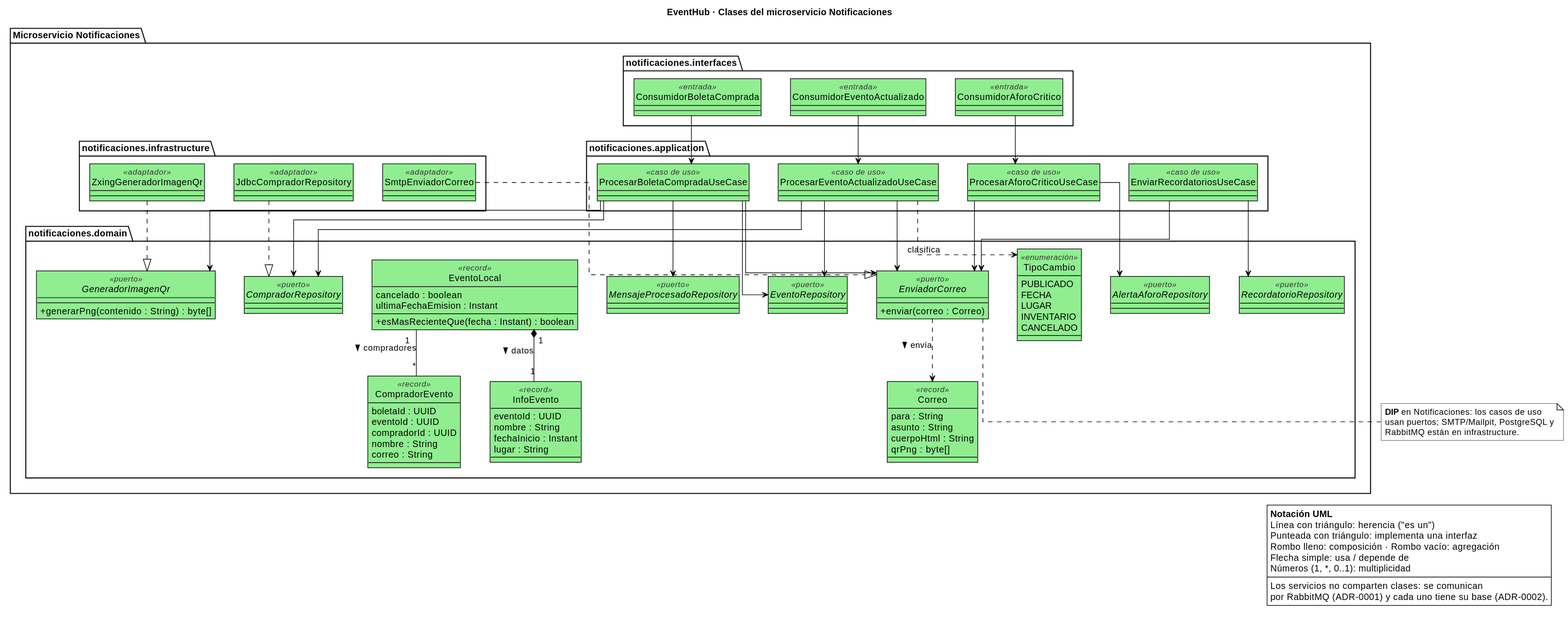
Before: docs/diagramas/clases-notificaciones.svg, a diagram exported from PlantUML (vargasesc17/EventHub).
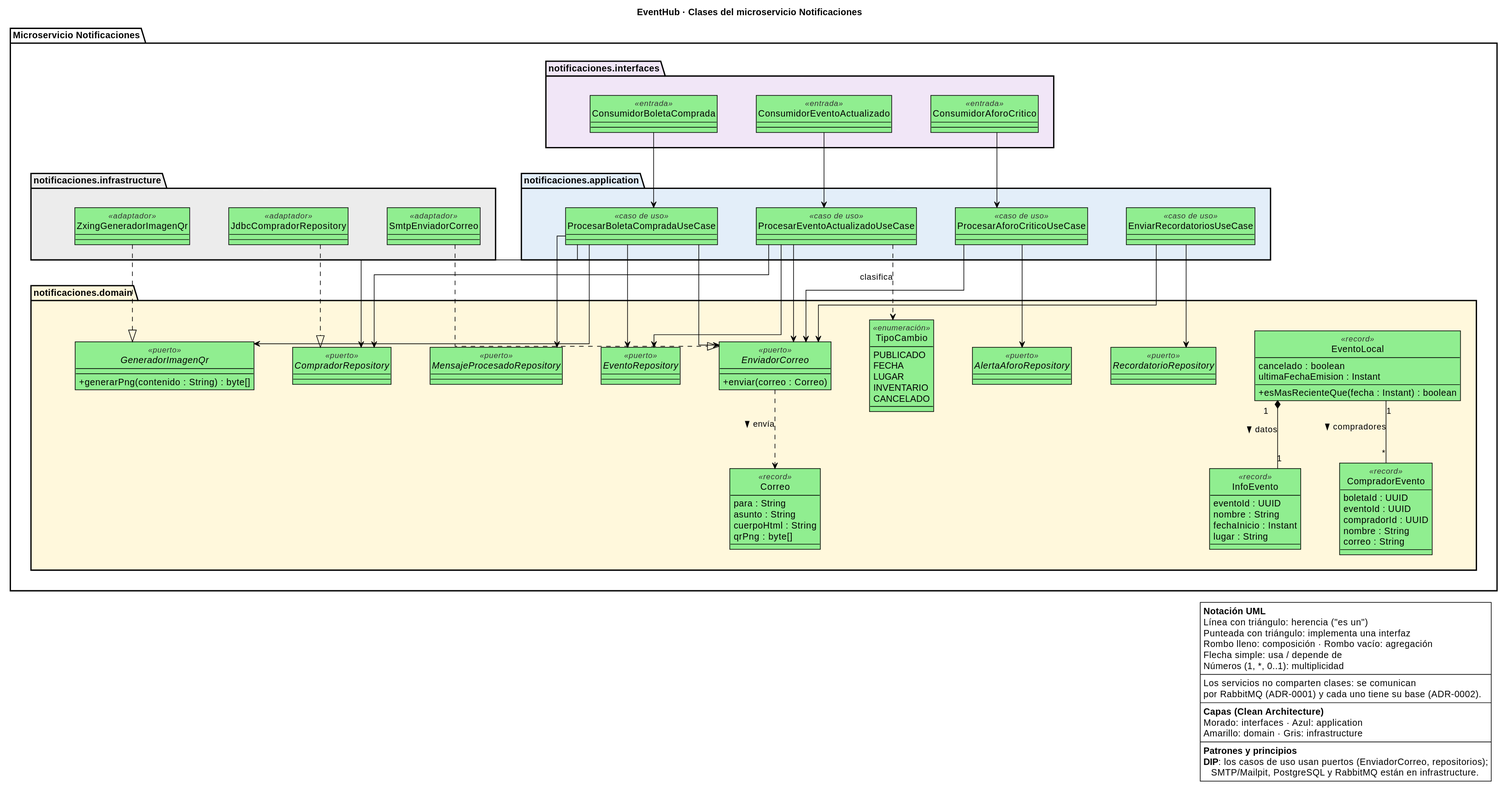
Above is the later version.

Commit message:
docs(diagramas): separar capas por color y agrupar notas en la leyenda

What changed in the source:
```diff
@@ -5,8 +5,8 @@
 skinparam linetype ortho
 skinparam classAttributeIconSize 0
 skinparam roundCorner 0
-skinparam nodesep 45
-skinparam ranksep 55
+skinparam nodesep 60
+skinparam ranksep 80
 skinparam defaultFontName Arial
 skinparam ArrowColor #000000
 hide circle
@@ -20,7 +20,15 @@
 skinparam package {
   BackgroundColor #FFFFFF
   BorderColor #000000
+  BorderThickness 2
   FontStyle bold
+  FontSize 14
+  BackgroundColor<<interfaces>> #F1E6F7
+  BackgroundColor<<application>> #E3EEF9
+  BackgroundColor<<domain>> #FFF8DC
+  BackgroundColor<<infrastructure>> #ECECEC
+  StereotypeFontColor #FFFFFF
+  StereotypeFontSize 1
 }
 skinparam note {
   BackgroundColor #FFFFFF
@@ -32,7 +40,7 @@
 }
 
 package "Microservicio Notificaciones" {
-  package "notificaciones.domain" as no_dom {
+  package "notificaciones.domain" as no_dom <<domain>> {
     class InfoEvento <<record>> {
       eventoId : UUID
       nombre : String
@@ -76,18 +84,18 @@
       + generarPng(contenido : String) : byte[]
     }
   }
-  package "notificaciones.application" as no_app {
+  package "notificaciones.application" as no_app <<application>> {
     class ProcesarBoletaCompradaUseCase <<caso de uso>>
     class ProcesarEventoActualizadoUseCase <<caso de uso>>
     class ProcesarAforoCriticoUseCase <<caso de uso>>
     class EnviarRecordatoriosUseCase <<caso de uso>>
   }
-  package "notificaciones.interfaces" as no_int {
+  package "notificaciones.interfaces" as no_int <<interfaces>> {
     class ConsumidorBoletaComprada <<entrada>>
     class ConsumidorEventoActualizado <<entrada>>
     class ConsumidorAforoCritico <<entrada>>
   }
-  package "notificaciones.infrastructure" as no_inf {
+  package "notificaciones.infrastructure" as no_inf <<infrastructure>> {
     class SmtpEnviadorCorreo <<adaptador>>
     class ZxingGeneradorImagenQr <<adaptador>>
     class JdbcCompradorRepository <<adaptador>>
@@ -118,11 +126,10 @@
 JdbcCompradorRepository ..|> CompradorRepository
 
 
-note bottom of EnviadorCorreo
-  **DIP** en Notificaciones: los casos de uso
-  usan puertos; SMTP/Mailpit, PostgreSQL y
-  RabbitMQ están en infrastructure.
-end note
+no_int -[hidden]down- no_app
+no_app -[hidden]down- no_dom
+no_inf -[hidden]down- no_dom
+
 legend right
   **Notación UML**
   Línea con triángulo: herencia ("es un")
@@ -133,5 +140,13 @@
   ----
   Los servicios no comparten clases: se comunican
   por RabbitMQ (ADR-0001) y cada uno tiene su base (ADR-0002).
+  ----
+  **Capas (Clean Architecture)**
+  Morado: interfaces · Azul: application
+  Amarillo: domain · Gris: infrastructure
+  ----
+  **Patrones y principios**
+  **DIP**: los casos de uso usan puertos (EnviadorCorreo, repositorios);
+     SMTP/Mailpit, PostgreSQL y RabbitMQ están en infrastructure.
 endlegend
 @enduml
```
